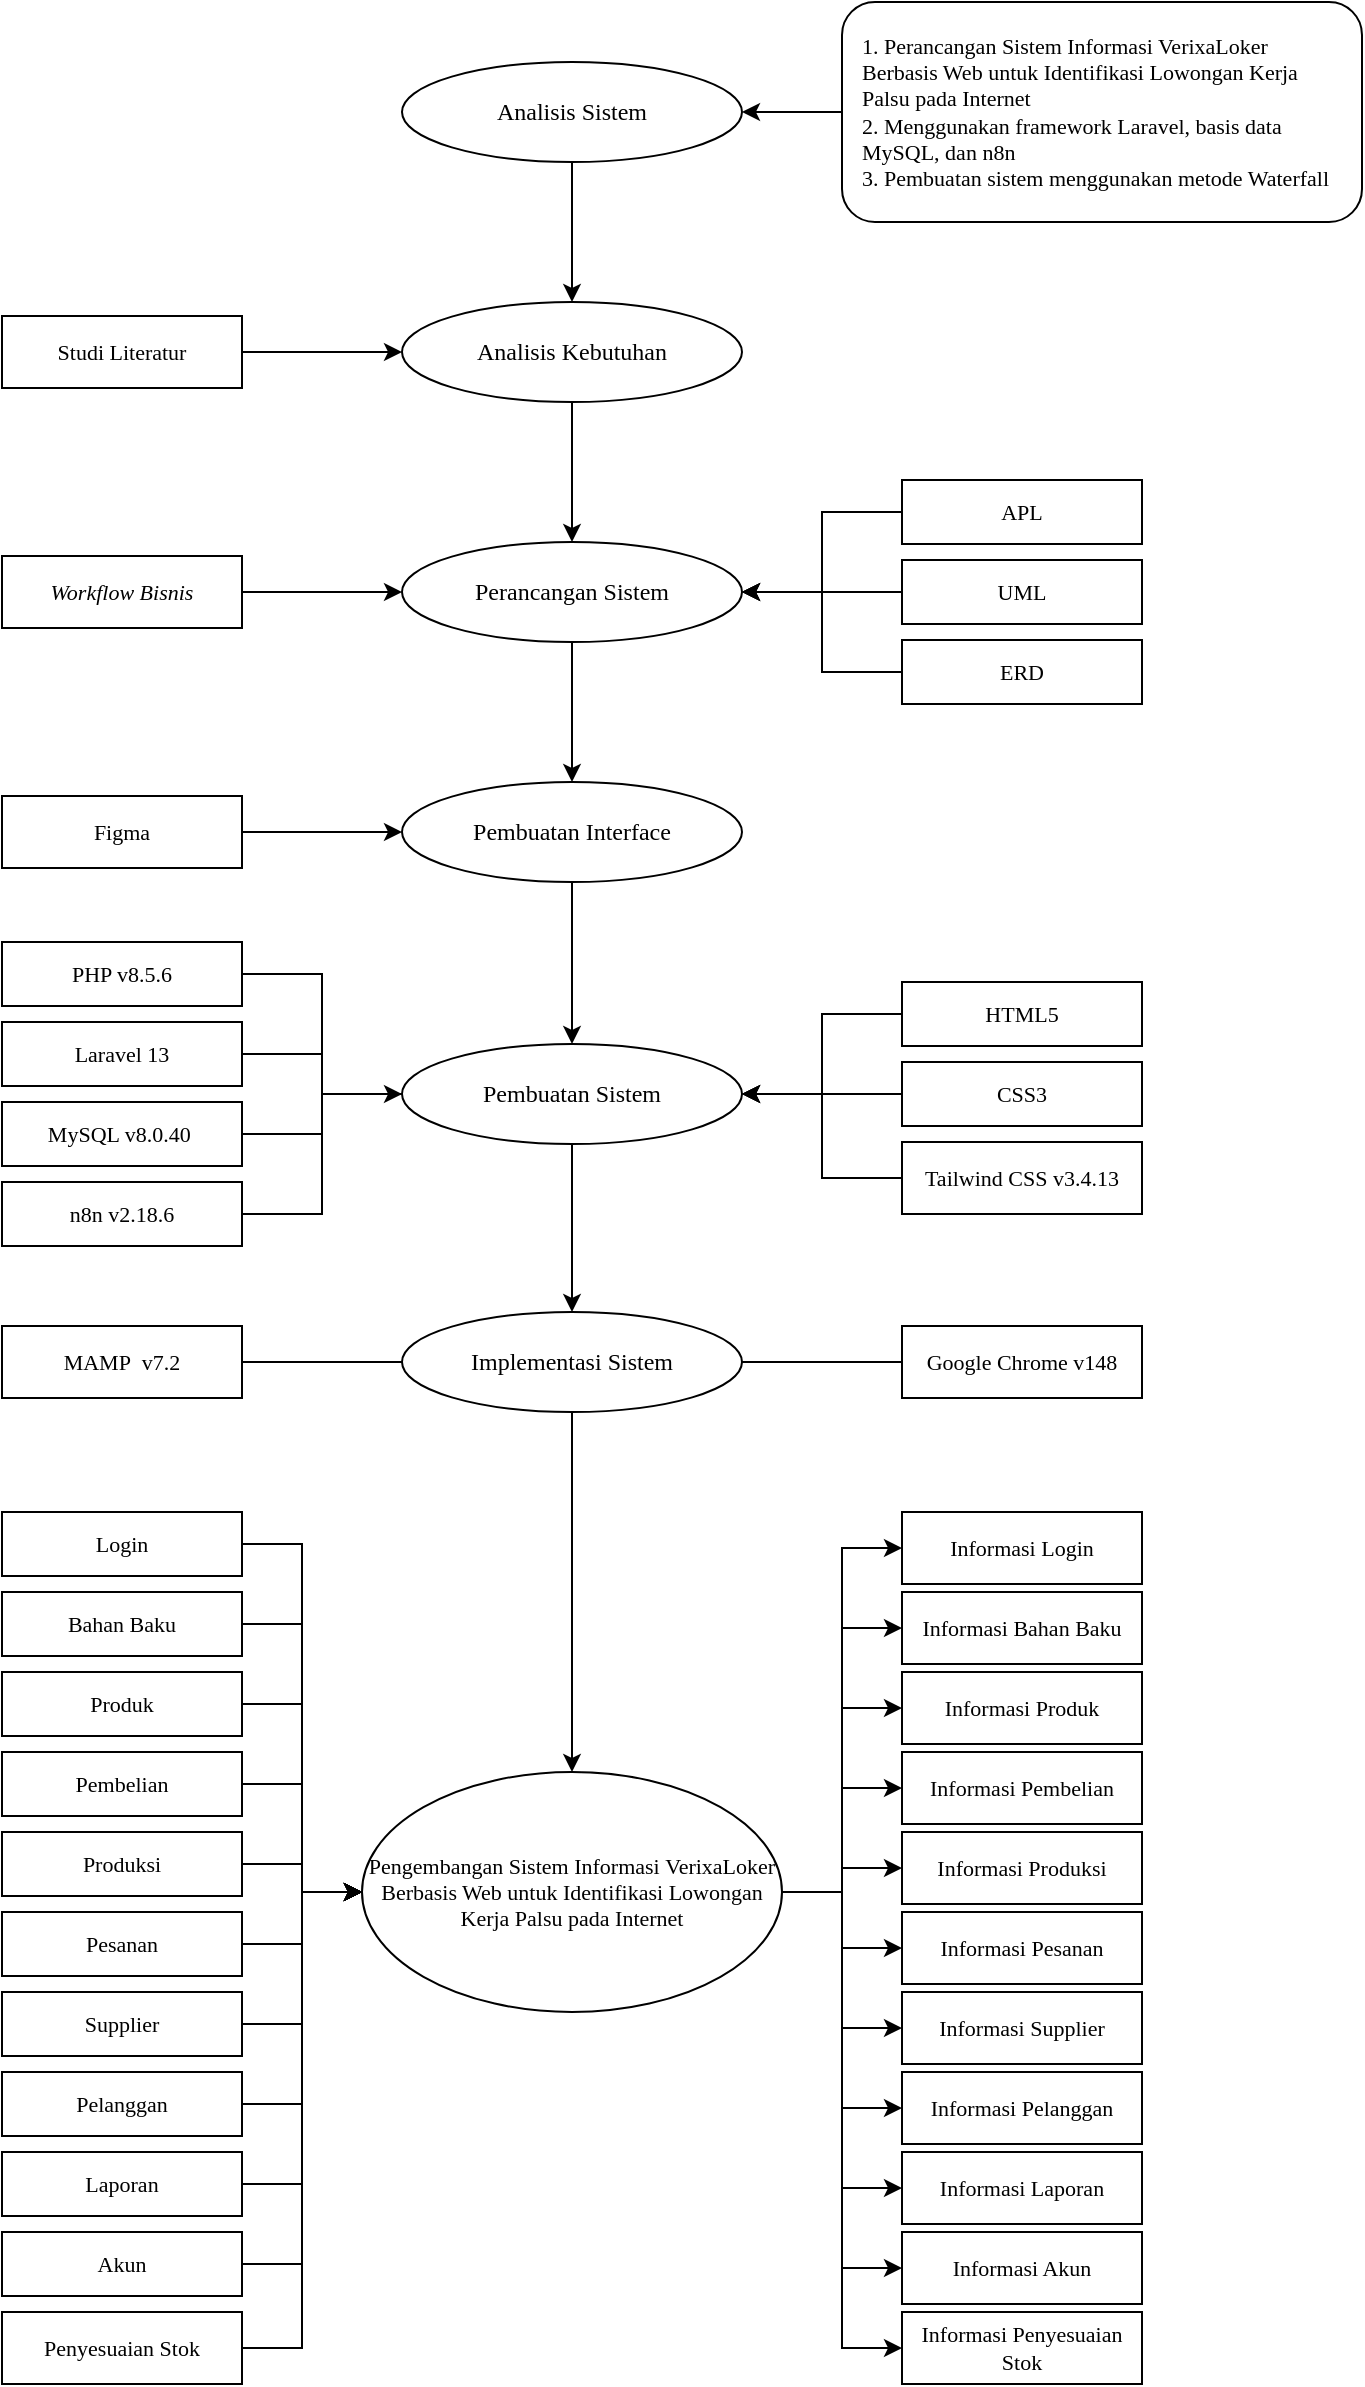
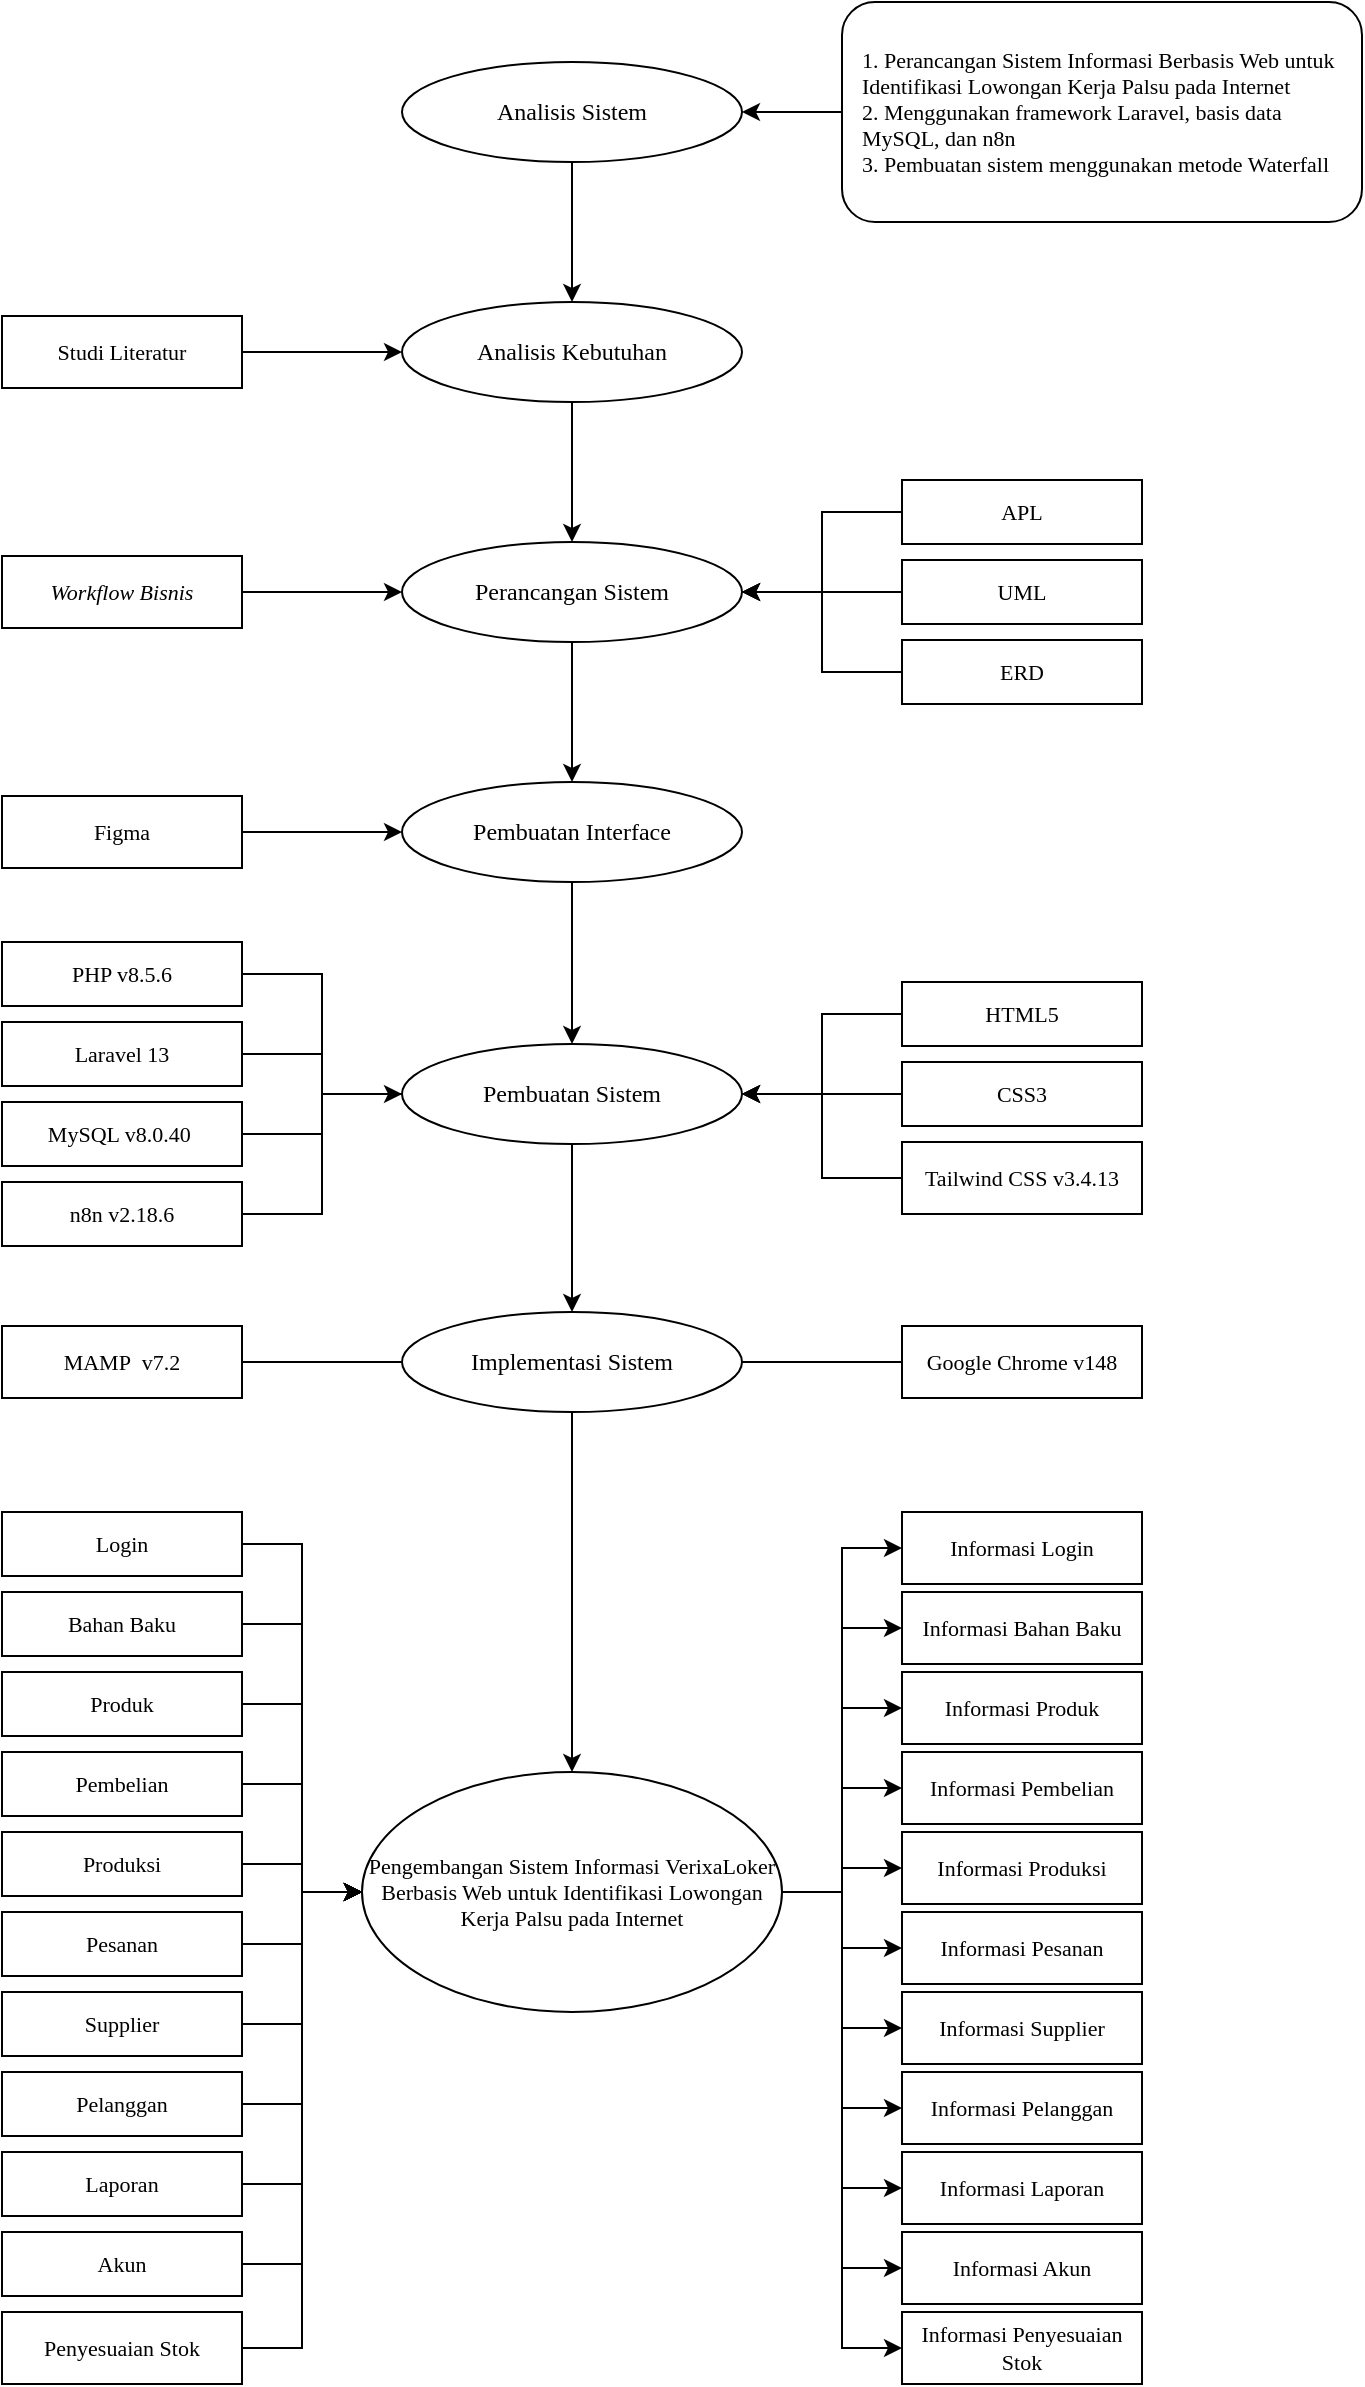
<mxfile host="app.diagrams.net">
  <diagram name="Page-1" id="yfmV3Sks-nrF4BvnnPUG">
    <mxGraphModel dx="876" dy="478" grid="1" gridSize="10" guides="1" tooltips="1" connect="1" arrows="1" fold="1" page="1" pageScale="1" pageWidth="827" pageHeight="1169" math="0" shadow="0">
      <root>
        <mxCell id="0" />
        <mxCell id="1" parent="0" />
        <mxCell id="fTyH0j3n_jQUCsVNDcWE-1" parent="1" style="ellipse;whiteSpace=wrap;html=1;fillColor=#ffffff;strokeColor=#000000;fontFamily=Times New Roman;fontSize=12;" value="Analisis Sistem" vertex="1">
          <mxGeometry height="50" width="170" x="580" y="110" as="geometry" />
        </mxCell>
        <mxCell id="fTyH0j3n_jQUCsVNDcWE-2" parent="1" style="ellipse;whiteSpace=wrap;html=1;fillColor=#ffffff;strokeColor=#000000;fontFamily=Times New Roman;fontSize=12;" value="Analisis Kebutuhan" vertex="1">
          <mxGeometry height="50" width="170" x="580" y="230" as="geometry" />
        </mxCell>
        <mxCell id="fTyH0j3n_jQUCsVNDcWE-3" parent="1" style="ellipse;whiteSpace=wrap;html=1;fillColor=#ffffff;strokeColor=#000000;fontFamily=Times New Roman;fontSize=12;" value="Perancangan Sistem" vertex="1">
          <mxGeometry height="50" width="170" x="580" y="350" as="geometry" />
        </mxCell>
        <mxCell id="fTyH0j3n_jQUCsVNDcWE-4" parent="1" style="ellipse;whiteSpace=wrap;html=1;fillColor=#ffffff;strokeColor=#000000;fontFamily=Times New Roman;fontSize=12;" value="Pembuatan Interface" vertex="1">
          <mxGeometry height="50" width="170" x="580" y="470" as="geometry" />
        </mxCell>
        <mxCell id="fTyH0j3n_jQUCsVNDcWE-5" parent="1" style="ellipse;whiteSpace=wrap;html=1;fillColor=#ffffff;strokeColor=#000000;fontFamily=Times New Roman;fontSize=12;" value="Pembuatan Sistem" vertex="1">
          <mxGeometry height="50" width="170" x="580" y="601" as="geometry" />
        </mxCell>
        <mxCell id="fTyH0j3n_jQUCsVNDcWE-6" parent="1" style="ellipse;whiteSpace=wrap;html=1;fillColor=#ffffff;strokeColor=#000000;fontFamily=Times New Roman;fontSize=12;" value="Implementasi Sistem" vertex="1">
          <mxGeometry height="50" width="170" x="580" y="735" as="geometry" />
        </mxCell>
        <mxCell id="fTyH0j3n_jQUCsVNDcWE-7" parent="1" style="ellipse;whiteSpace=wrap;html=1;fillColor=#ffffff;strokeColor=#000000;fontFamily=Times New Roman;fontSize=11;" value="Pengembangan Sistem Informasi&amp;nbsp;VerixaLoker Berbasis Web untuk Identifikasi Lowongan Kerja Palsu pada Internet" vertex="1">
          <mxGeometry height="120" width="210" x="560" y="965" as="geometry" />
        </mxCell>
        <mxCell id="fTyH0j3n_jQUCsVNDcWE-8" edge="1" parent="1" source="fTyH0j3n_jQUCsVNDcWE-1" style="endArrow=classic;html=1;rounded=0;exitX=0.5;exitY=1;entryX=0.5;entryY=0;" target="fTyH0j3n_jQUCsVNDcWE-2">
          <mxGeometry relative="1" as="geometry" />
        </mxCell>
        <mxCell id="fTyH0j3n_jQUCsVNDcWE-9" edge="1" parent="1" source="fTyH0j3n_jQUCsVNDcWE-2" style="endArrow=classic;html=1;rounded=0;exitX=0.5;exitY=1;entryX=0.5;entryY=0;" target="fTyH0j3n_jQUCsVNDcWE-3">
          <mxGeometry relative="1" as="geometry" />
        </mxCell>
        <mxCell id="fTyH0j3n_jQUCsVNDcWE-10" edge="1" parent="1" source="fTyH0j3n_jQUCsVNDcWE-3" style="endArrow=classic;html=1;rounded=0;exitX=0.5;exitY=1;entryX=0.5;entryY=0;" target="fTyH0j3n_jQUCsVNDcWE-4">
          <mxGeometry relative="1" as="geometry" />
        </mxCell>
        <mxCell id="fTyH0j3n_jQUCsVNDcWE-11" edge="1" parent="1" source="fTyH0j3n_jQUCsVNDcWE-4" style="endArrow=classic;html=1;rounded=0;exitX=0.5;exitY=1;entryX=0.5;entryY=0;" target="fTyH0j3n_jQUCsVNDcWE-5">
          <mxGeometry relative="1" as="geometry" />
        </mxCell>
        <mxCell id="fTyH0j3n_jQUCsVNDcWE-12" edge="1" parent="1" source="fTyH0j3n_jQUCsVNDcWE-5" style="endArrow=classic;html=1;rounded=0;exitX=0.5;exitY=1;entryX=0.5;entryY=0;" target="fTyH0j3n_jQUCsVNDcWE-6">
          <mxGeometry relative="1" as="geometry" />
        </mxCell>
        <mxCell id="fTyH0j3n_jQUCsVNDcWE-13" edge="1" parent="1" source="fTyH0j3n_jQUCsVNDcWE-6" style="endArrow=classic;html=1;rounded=0;exitX=0.5;exitY=1;entryX=0.5;entryY=0;" target="fTyH0j3n_jQUCsVNDcWE-7">
          <mxGeometry relative="1" as="geometry" />
        </mxCell>
-         <mxCell id="fTyH0j3n_jQUCsVNDcWE-14" parent="1" style="rounded=1;whiteSpace=wrap;html=1;fillColor=#ffffff;strokeColor=#000000;fontFamily=Times New Roman;fontSize=11;align=left;verticalAlign=middle;spacingLeft=8;spacingRight=8;" value="1. Perancangan Sistem Informasi VerixaLoker Berbasis Web untuk Identifikasi Lowongan Kerja Palsu pada Internet&lt;br&gt;2. Menggunakan framework Laravel, basis data MySQL, dan n8n&lt;br&gt;3. Pembuatan sistem menggunakan metode Waterfall" vertex="1">
+         <mxCell id="fTyH0j3n_jQUCsVNDcWE-14" parent="1" style="rounded=1;whiteSpace=wrap;html=1;fillColor=#ffffff;strokeColor=#000000;fontFamily=Times New Roman;fontSize=11;align=left;verticalAlign=middle;spacingLeft=8;spacingRight=8;" value="1. Perancangan Sistem Informasi Berbasis Web untuk Identifikasi Lowongan Kerja Palsu pada Internet&lt;br&gt;2. Menggunakan framework Laravel, basis data MySQL, dan n8n&lt;br&gt;3. Pembuatan sistem menggunakan metode Waterfall" vertex="1">
          <mxGeometry height="110" width="260" x="800" y="80" as="geometry" />
        </mxCell>
        <mxCell id="fTyH0j3n_jQUCsVNDcWE-15" edge="1" parent="1" source="fTyH0j3n_jQUCsVNDcWE-1" style="endArrow=none;html=1;rounded=0;exitX=1;exitY=0.5;entryX=0;entryY=0.5;startArrow=classic;startFill=1;" target="fTyH0j3n_jQUCsVNDcWE-14">
          <mxGeometry relative="1" as="geometry" />
        </mxCell>
        <mxCell id="fTyH0j3n_jQUCsVNDcWE-16" parent="1" style="rounded=0;whiteSpace=wrap;html=1;fillColor=#ffffff;strokeColor=#000000;fontFamily=Times New Roman;fontSize=11;" value="Studi Literatur" vertex="1">
          <mxGeometry height="36" width="120" x="380" y="237" as="geometry" />
        </mxCell>
        <mxCell id="fTyH0j3n_jQUCsVNDcWE-19" edge="1" parent="1" source="fTyH0j3n_jQUCsVNDcWE-16" style="endArrow=classic;html=1;exitX=1;exitY=0.5;entryX=0;entryY=0.5;endFill=1;" target="fTyH0j3n_jQUCsVNDcWE-2">
          <mxGeometry relative="1" as="geometry" />
        </mxCell>
        <mxCell id="fTyH0j3n_jQUCsVNDcWE-22" parent="1" style="rounded=0;whiteSpace=wrap;html=1;fillColor=#ffffff;strokeColor=#000000;fontFamily=Times New Roman;fontSize=11;fontStyle=2" value="Workflow Bisnis" vertex="1">
          <mxGeometry height="36" width="120" x="380" y="357" as="geometry" />
        </mxCell>
        <mxCell id="fTyH0j3n_jQUCsVNDcWE-23" parent="1" style="rounded=0;whiteSpace=wrap;html=1;fillColor=#ffffff;strokeColor=#000000;fontFamily=Times New Roman;fontSize=11;" value="APL" vertex="1">
          <mxGeometry height="32" width="120" x="830" y="319" as="geometry" />
        </mxCell>
        <mxCell id="fTyH0j3n_jQUCsVNDcWE-24" parent="1" style="rounded=0;whiteSpace=wrap;html=1;fillColor=#ffffff;strokeColor=#000000;fontFamily=Times New Roman;fontSize=11;" value="UML" vertex="1">
          <mxGeometry height="32" width="120" x="830" y="359" as="geometry" />
        </mxCell>
        <mxCell id="fTyH0j3n_jQUCsVNDcWE-25" parent="1" style="rounded=0;whiteSpace=wrap;html=1;fillColor=#ffffff;strokeColor=#000000;fontFamily=Times New Roman;fontSize=11;" value="ERD" vertex="1">
          <mxGeometry height="32" width="120" x="830" y="399" as="geometry" />
        </mxCell>
        <mxCell id="fTyH0j3n_jQUCsVNDcWE-26" edge="1" parent="1" source="fTyH0j3n_jQUCsVNDcWE-22" style="endArrow=classic;html=1;exitX=1;exitY=0.5;entryX=0;entryY=0.5;endFill=1;" target="fTyH0j3n_jQUCsVNDcWE-3">
          <mxGeometry relative="1" as="geometry" />
        </mxCell>
        <mxCell id="fTyH0j3n_jQUCsVNDcWE-27" edge="1" parent="1" source="fTyH0j3n_jQUCsVNDcWE-3" style="endArrow=none;html=1;exitX=1;exitY=0.5;entryX=0;entryY=0.5;startArrow=classic;startFill=1;edgeStyle=orthogonalEdgeStyle;rounded=0;curved=0;" target="fTyH0j3n_jQUCsVNDcWE-23">
          <mxGeometry relative="1" as="geometry" />
        </mxCell>
        <mxCell id="fTyH0j3n_jQUCsVNDcWE-28" edge="1" parent="1" source="fTyH0j3n_jQUCsVNDcWE-3" style="endArrow=none;html=1;exitX=1;exitY=0.5;entryX=0;entryY=0.5;startArrow=classic;startFill=1;edgeStyle=orthogonalEdgeStyle;rounded=0;curved=0;" target="fTyH0j3n_jQUCsVNDcWE-24">
          <mxGeometry relative="1" as="geometry" />
        </mxCell>
        <mxCell id="fTyH0j3n_jQUCsVNDcWE-29" edge="1" parent="1" source="fTyH0j3n_jQUCsVNDcWE-3" style="endArrow=none;html=1;exitX=1;exitY=0.5;entryX=0;entryY=0.5;startArrow=classic;startFill=1;edgeStyle=orthogonalEdgeStyle;rounded=0;curved=0;" target="fTyH0j3n_jQUCsVNDcWE-25">
          <mxGeometry relative="1" as="geometry" />
        </mxCell>
        <mxCell id="fTyH0j3n_jQUCsVNDcWE-30" parent="1" style="rounded=0;whiteSpace=wrap;html=1;fillColor=#ffffff;strokeColor=#000000;fontFamily=Times New Roman;fontSize=11;" value="Figma" vertex="1">
          <mxGeometry height="36" width="120" x="380" y="477" as="geometry" />
        </mxCell>
        <mxCell id="fTyH0j3n_jQUCsVNDcWE-31" edge="1" parent="1" source="fTyH0j3n_jQUCsVNDcWE-30" style="endArrow=classic;html=1;exitX=1;exitY=0.5;entryX=0;entryY=0.5;endFill=1;" target="fTyH0j3n_jQUCsVNDcWE-4">
          <mxGeometry relative="1" as="geometry" />
        </mxCell>
        <mxCell id="fTyH0j3n_jQUCsVNDcWE-32" parent="1" style="rounded=0;whiteSpace=wrap;html=1;fillColor=#ffffff;strokeColor=#000000;fontFamily=Times New Roman;fontSize=11;" value="PHP v8.5.6" vertex="1">
          <mxGeometry height="32" width="120" x="380" y="550" as="geometry" />
        </mxCell>
        <mxCell id="fTyH0j3n_jQUCsVNDcWE-33" parent="1" style="rounded=0;whiteSpace=wrap;html=1;fillColor=#ffffff;strokeColor=#000000;fontFamily=Times New Roman;fontSize=11;" value="Laravel 13" vertex="1">
          <mxGeometry height="32" width="120" x="380" y="590" as="geometry" />
        </mxCell>
        <mxCell id="fTyH0j3n_jQUCsVNDcWE-34" parent="1" style="rounded=0;whiteSpace=wrap;html=1;fillColor=#ffffff;strokeColor=#000000;fontFamily=Times New Roman;fontSize=11;" value="MySQL v8.0.40&amp;nbsp;" vertex="1">
          <mxGeometry height="32" width="120" x="380" y="630" as="geometry" />
        </mxCell>
        <mxCell id="fTyH0j3n_jQUCsVNDcWE-35" parent="1" style="rounded=0;whiteSpace=wrap;html=1;fillColor=#ffffff;strokeColor=#000000;fontFamily=Times New Roman;fontSize=11;" value="HTML5" vertex="1">
          <mxGeometry height="32" width="120" x="830" y="570" as="geometry" />
        </mxCell>
        <mxCell id="fTyH0j3n_jQUCsVNDcWE-36" parent="1" style="rounded=0;whiteSpace=wrap;html=1;fillColor=#ffffff;strokeColor=#000000;fontFamily=Times New Roman;fontSize=11;" value="CSS3" vertex="1">
          <mxGeometry height="32" width="120" x="830" y="610" as="geometry" />
        </mxCell>
        <mxCell id="fTyH0j3n_jQUCsVNDcWE-37" parent="1" style="rounded=0;whiteSpace=wrap;html=1;fillColor=#ffffff;strokeColor=#000000;fontFamily=Times New Roman;fontSize=11;" value="Tailwind CSS v3.4.13" vertex="1">
          <mxGeometry height="36" width="120" x="830" y="650" as="geometry" />
        </mxCell>
        <mxCell id="fTyH0j3n_jQUCsVNDcWE-38" edge="1" parent="1" source="fTyH0j3n_jQUCsVNDcWE-32" style="endArrow=none;html=1;exitX=1;exitY=0.5;entryX=0;entryY=0.5;edgeStyle=orthogonalEdgeStyle;rounded=0;curved=0;" target="fTyH0j3n_jQUCsVNDcWE-5">
          <mxGeometry relative="1" as="geometry" />
        </mxCell>
        <mxCell id="fTyH0j3n_jQUCsVNDcWE-39" edge="1" parent="1" source="fTyH0j3n_jQUCsVNDcWE-33" style="endArrow=none;html=1;exitX=1;exitY=0.5;entryX=0;entryY=0.5;edgeStyle=orthogonalEdgeStyle;rounded=0;curved=0;" target="fTyH0j3n_jQUCsVNDcWE-5">
          <mxGeometry relative="1" as="geometry" />
        </mxCell>
        <mxCell id="fTyH0j3n_jQUCsVNDcWE-40" edge="1" parent="1" source="fTyH0j3n_jQUCsVNDcWE-34" style="endArrow=none;html=1;exitX=1;exitY=0.5;entryX=0;entryY=0.5;edgeStyle=orthogonalEdgeStyle;rounded=0;curved=0;" target="fTyH0j3n_jQUCsVNDcWE-5">
          <mxGeometry relative="1" as="geometry" />
        </mxCell>
        <mxCell id="fTyH0j3n_jQUCsVNDcWE-41" edge="1" parent="1" source="fTyH0j3n_jQUCsVNDcWE-5" style="endArrow=none;html=1;exitX=1;exitY=0.5;entryX=0;entryY=0.5;edgeStyle=orthogonalEdgeStyle;rounded=0;curved=0;startArrow=classic;startFill=1;" target="fTyH0j3n_jQUCsVNDcWE-35">
          <mxGeometry relative="1" as="geometry" />
        </mxCell>
        <mxCell id="fTyH0j3n_jQUCsVNDcWE-42" edge="1" parent="1" source="fTyH0j3n_jQUCsVNDcWE-5" style="endArrow=none;html=1;exitX=1;exitY=0.5;entryX=0;entryY=0.5;edgeStyle=orthogonalEdgeStyle;rounded=0;curved=0;startArrow=classic;startFill=1;" target="fTyH0j3n_jQUCsVNDcWE-36">
          <mxGeometry relative="1" as="geometry" />
        </mxCell>
        <mxCell id="fTyH0j3n_jQUCsVNDcWE-43" edge="1" parent="1" source="fTyH0j3n_jQUCsVNDcWE-5" style="endArrow=none;html=1;exitX=1;exitY=0.5;entryX=0;entryY=0.5;edgeStyle=orthogonalEdgeStyle;rounded=0;curved=0;startArrow=classic;startFill=1;" target="fTyH0j3n_jQUCsVNDcWE-37">
          <mxGeometry relative="1" as="geometry" />
        </mxCell>
        <mxCell id="fTyH0j3n_jQUCsVNDcWE-44" parent="1" style="rounded=0;whiteSpace=wrap;html=1;fillColor=#ffffff;strokeColor=#000000;fontFamily=Times New Roman;fontSize=11;" value="MAMP&amp;nbsp; v7.2" vertex="1">
          <mxGeometry height="36" width="120" x="380" y="742" as="geometry" />
        </mxCell>
        <mxCell id="fTyH0j3n_jQUCsVNDcWE-45" parent="1" style="rounded=0;whiteSpace=wrap;html=1;fillColor=#ffffff;strokeColor=#000000;fontFamily=Times New Roman;fontSize=11;" value="Google Chrome v148" vertex="1">
          <mxGeometry height="36" width="120" x="830" y="742" as="geometry" />
        </mxCell>
        <mxCell id="fTyH0j3n_jQUCsVNDcWE-46" edge="1" parent="1" source="fTyH0j3n_jQUCsVNDcWE-44" style="endArrow=none;html=1;exitX=1;exitY=0.5;entryX=0;entryY=0.5;" target="fTyH0j3n_jQUCsVNDcWE-6">
          <mxGeometry relative="1" as="geometry" />
        </mxCell>
        <mxCell id="fTyH0j3n_jQUCsVNDcWE-47" edge="1" parent="1" source="fTyH0j3n_jQUCsVNDcWE-6" style="endArrow=none;html=1;exitX=1;exitY=0.5;entryX=0;entryY=0.5;" target="fTyH0j3n_jQUCsVNDcWE-45">
          <mxGeometry relative="1" as="geometry" />
        </mxCell>
        <mxCell id="fTyH0j3n_jQUCsVNDcWE-48" parent="1" style="rounded=0;whiteSpace=wrap;html=1;fillColor=#ffffff;strokeColor=#000000;fontFamily=Times New Roman;fontSize=11;" value="Login" vertex="1">
          <mxGeometry height="32" width="120" x="380" y="835" as="geometry" />
        </mxCell>
        <mxCell id="fTyH0j3n_jQUCsVNDcWE-49" parent="1" style="rounded=0;whiteSpace=wrap;html=1;fillColor=#ffffff;strokeColor=#000000;fontFamily=Times New Roman;fontSize=11;" value="Bahan Baku" vertex="1">
          <mxGeometry height="32" width="120" x="380" y="875" as="geometry" />
        </mxCell>
        <mxCell id="fTyH0j3n_jQUCsVNDcWE-50" parent="1" style="rounded=0;whiteSpace=wrap;html=1;fillColor=#ffffff;strokeColor=#000000;fontFamily=Times New Roman;fontSize=11;" value="Produk" vertex="1">
          <mxGeometry height="32" width="120" x="380" y="915" as="geometry" />
        </mxCell>
        <mxCell id="fTyH0j3n_jQUCsVNDcWE-51" parent="1" style="rounded=0;whiteSpace=wrap;html=1;fillColor=#ffffff;strokeColor=#000000;fontFamily=Times New Roman;fontSize=11;" value="Pembelian" vertex="1">
          <mxGeometry height="32" width="120" x="380" y="955" as="geometry" />
        </mxCell>
        <mxCell id="fTyH0j3n_jQUCsVNDcWE-52" parent="1" style="rounded=0;whiteSpace=wrap;html=1;fillColor=#ffffff;strokeColor=#000000;fontFamily=Times New Roman;fontSize=11;" value="Produksi" vertex="1">
          <mxGeometry height="32" width="120" x="380" y="995" as="geometry" />
        </mxCell>
        <mxCell id="fTyH0j3n_jQUCsVNDcWE-53" parent="1" style="rounded=0;whiteSpace=wrap;html=1;fillColor=#ffffff;strokeColor=#000000;fontFamily=Times New Roman;fontSize=11;" value="Pesanan" vertex="1">
          <mxGeometry height="32" width="120" x="380" y="1035" as="geometry" />
        </mxCell>
        <mxCell id="fTyH0j3n_jQUCsVNDcWE-54" parent="1" style="rounded=0;whiteSpace=wrap;html=1;fillColor=#ffffff;strokeColor=#000000;fontFamily=Times New Roman;fontSize=11;" value="Supplier" vertex="1">
          <mxGeometry height="32" width="120" x="380" y="1075" as="geometry" />
        </mxCell>
        <mxCell id="fTyH0j3n_jQUCsVNDcWE-55" parent="1" style="rounded=0;whiteSpace=wrap;html=1;fillColor=#ffffff;strokeColor=#000000;fontFamily=Times New Roman;fontSize=11;" value="Pelanggan" vertex="1">
          <mxGeometry height="32" width="120" x="380" y="1115" as="geometry" />
        </mxCell>
        <mxCell id="fTyH0j3n_jQUCsVNDcWE-56" parent="1" style="rounded=0;whiteSpace=wrap;html=1;fillColor=#ffffff;strokeColor=#000000;fontFamily=Times New Roman;fontSize=11;" value="Laporan" vertex="1">
          <mxGeometry height="32" width="120" x="380" y="1155" as="geometry" />
        </mxCell>
        <mxCell id="fTyH0j3n_jQUCsVNDcWE-57" parent="1" style="rounded=0;whiteSpace=wrap;html=1;fillColor=#ffffff;strokeColor=#000000;fontFamily=Times New Roman;fontSize=11;" value="Akun" vertex="1">
          <mxGeometry height="32" width="120" x="380" y="1195" as="geometry" />
        </mxCell>
        <mxCell id="fTyH0j3n_jQUCsVNDcWE-58" parent="1" style="rounded=0;whiteSpace=wrap;html=1;fillColor=#ffffff;strokeColor=#000000;fontFamily=Times New Roman;fontSize=11;" value="Penyesuaian Stok" vertex="1">
          <mxGeometry height="36" width="120" x="380" y="1235" as="geometry" />
        </mxCell>
        <mxCell id="fTyH0j3n_jQUCsVNDcWE-59" edge="1" parent="1" source="fTyH0j3n_jQUCsVNDcWE-48" style="endArrow=classic;html=1;exitX=1;exitY=0.5;entryX=0;entryY=0.5;edgeStyle=orthogonalEdgeStyle;rounded=0;curved=0;endFill=1;" target="fTyH0j3n_jQUCsVNDcWE-7">
          <mxGeometry relative="1" as="geometry" />
        </mxCell>
        <mxCell id="fTyH0j3n_jQUCsVNDcWE-60" edge="1" parent="1" source="fTyH0j3n_jQUCsVNDcWE-49" style="endArrow=classic;html=1;exitX=1;exitY=0.5;entryX=0;entryY=0.5;edgeStyle=orthogonalEdgeStyle;rounded=0;curved=0;endFill=1;" target="fTyH0j3n_jQUCsVNDcWE-7">
          <mxGeometry relative="1" as="geometry" />
        </mxCell>
        <mxCell id="fTyH0j3n_jQUCsVNDcWE-61" edge="1" parent="1" source="fTyH0j3n_jQUCsVNDcWE-50" style="endArrow=classic;html=1;exitX=1;exitY=0.5;entryX=0;entryY=0.5;edgeStyle=orthogonalEdgeStyle;rounded=0;curved=0;endFill=1;" target="fTyH0j3n_jQUCsVNDcWE-7">
          <mxGeometry relative="1" as="geometry" />
        </mxCell>
        <mxCell id="fTyH0j3n_jQUCsVNDcWE-62" edge="1" parent="1" source="fTyH0j3n_jQUCsVNDcWE-51" style="endArrow=none;html=1;exitX=1;exitY=0.5;entryX=0;entryY=0.5;edgeStyle=orthogonalEdgeStyle;rounded=0;curved=0;" target="fTyH0j3n_jQUCsVNDcWE-7">
          <mxGeometry relative="1" as="geometry" />
        </mxCell>
        <mxCell id="fTyH0j3n_jQUCsVNDcWE-63" edge="1" parent="1" source="fTyH0j3n_jQUCsVNDcWE-52" style="endArrow=classic;html=1;exitX=1;exitY=0.5;entryX=0;entryY=0.5;edgeStyle=orthogonalEdgeStyle;rounded=0;curved=0;endFill=1;" target="fTyH0j3n_jQUCsVNDcWE-7">
          <mxGeometry relative="1" as="geometry" />
        </mxCell>
        <mxCell id="fTyH0j3n_jQUCsVNDcWE-64" edge="1" parent="1" source="fTyH0j3n_jQUCsVNDcWE-53" style="endArrow=classic;html=1;exitX=1;exitY=0.5;entryX=0;entryY=0.5;edgeStyle=orthogonalEdgeStyle;rounded=0;curved=0;endFill=1;" target="fTyH0j3n_jQUCsVNDcWE-7">
          <mxGeometry relative="1" as="geometry" />
        </mxCell>
        <mxCell id="fTyH0j3n_jQUCsVNDcWE-65" edge="1" parent="1" source="fTyH0j3n_jQUCsVNDcWE-54" style="endArrow=classic;html=1;exitX=1;exitY=0.5;entryX=0;entryY=0.5;edgeStyle=orthogonalEdgeStyle;rounded=0;curved=0;endFill=1;" target="fTyH0j3n_jQUCsVNDcWE-7">
          <mxGeometry relative="1" as="geometry" />
        </mxCell>
        <mxCell id="fTyH0j3n_jQUCsVNDcWE-66" edge="1" parent="1" source="fTyH0j3n_jQUCsVNDcWE-55" style="endArrow=classic;html=1;exitX=1;exitY=0.5;entryX=0;entryY=0.5;edgeStyle=orthogonalEdgeStyle;rounded=0;curved=0;endFill=1;" target="fTyH0j3n_jQUCsVNDcWE-7">
          <mxGeometry relative="1" as="geometry" />
        </mxCell>
        <mxCell id="fTyH0j3n_jQUCsVNDcWE-67" edge="1" parent="1" source="fTyH0j3n_jQUCsVNDcWE-56" style="endArrow=classic;html=1;exitX=1;exitY=0.5;entryX=0;entryY=0.5;edgeStyle=orthogonalEdgeStyle;rounded=0;curved=0;endFill=1;" target="fTyH0j3n_jQUCsVNDcWE-7">
          <mxGeometry relative="1" as="geometry" />
        </mxCell>
        <mxCell id="fTyH0j3n_jQUCsVNDcWE-68" edge="1" parent="1" source="fTyH0j3n_jQUCsVNDcWE-57" style="endArrow=classic;html=1;exitX=1;exitY=0.5;entryX=0;entryY=0.5;edgeStyle=orthogonalEdgeStyle;rounded=0;curved=0;endFill=1;" target="fTyH0j3n_jQUCsVNDcWE-7">
          <mxGeometry relative="1" as="geometry" />
        </mxCell>
        <mxCell id="fTyH0j3n_jQUCsVNDcWE-69" edge="1" parent="1" source="fTyH0j3n_jQUCsVNDcWE-58" style="endArrow=classic;html=1;exitX=1;exitY=0.5;entryX=0;entryY=0.5;edgeStyle=orthogonalEdgeStyle;rounded=0;curved=0;endFill=1;" target="fTyH0j3n_jQUCsVNDcWE-7">
          <mxGeometry relative="1" as="geometry" />
        </mxCell>
        <mxCell id="fTyH0j3n_jQUCsVNDcWE-70" parent="1" style="rounded=0;whiteSpace=wrap;html=1;fillColor=#ffffff;strokeColor=#000000;fontFamily=Times New Roman;fontSize=11;" value="Informasi Login" vertex="1">
          <mxGeometry height="36" width="120" x="830" y="835" as="geometry" />
        </mxCell>
        <mxCell id="fTyH0j3n_jQUCsVNDcWE-71" parent="1" style="rounded=0;whiteSpace=wrap;html=1;fillColor=#ffffff;strokeColor=#000000;fontFamily=Times New Roman;fontSize=11;" value="Informasi Bahan Baku" vertex="1">
          <mxGeometry height="36" width="120" x="830" y="875" as="geometry" />
        </mxCell>
        <mxCell id="fTyH0j3n_jQUCsVNDcWE-72" parent="1" style="rounded=0;whiteSpace=wrap;html=1;fillColor=#ffffff;strokeColor=#000000;fontFamily=Times New Roman;fontSize=11;" value="Informasi Produk" vertex="1">
          <mxGeometry height="36" width="120" x="830" y="915" as="geometry" />
        </mxCell>
        <mxCell id="fTyH0j3n_jQUCsVNDcWE-73" parent="1" style="rounded=0;whiteSpace=wrap;html=1;fillColor=#ffffff;strokeColor=#000000;fontFamily=Times New Roman;fontSize=11;" value="Informasi Pembelian" vertex="1">
          <mxGeometry height="36" width="120" x="830" y="955" as="geometry" />
        </mxCell>
        <mxCell id="fTyH0j3n_jQUCsVNDcWE-74" parent="1" style="rounded=0;whiteSpace=wrap;html=1;fillColor=#ffffff;strokeColor=#000000;fontFamily=Times New Roman;fontSize=11;" value="Informasi Produksi" vertex="1">
          <mxGeometry height="36" width="120" x="830" y="995" as="geometry" />
        </mxCell>
        <mxCell id="fTyH0j3n_jQUCsVNDcWE-75" parent="1" style="rounded=0;whiteSpace=wrap;html=1;fillColor=#ffffff;strokeColor=#000000;fontFamily=Times New Roman;fontSize=11;" value="Informasi Pesanan" vertex="1">
          <mxGeometry height="36" width="120" x="830" y="1035" as="geometry" />
        </mxCell>
        <mxCell id="fTyH0j3n_jQUCsVNDcWE-76" parent="1" style="rounded=0;whiteSpace=wrap;html=1;fillColor=#ffffff;strokeColor=#000000;fontFamily=Times New Roman;fontSize=11;" value="Informasi Supplier" vertex="1">
          <mxGeometry height="36" width="120" x="830" y="1075" as="geometry" />
        </mxCell>
        <mxCell id="fTyH0j3n_jQUCsVNDcWE-77" parent="1" style="rounded=0;whiteSpace=wrap;html=1;fillColor=#ffffff;strokeColor=#000000;fontFamily=Times New Roman;fontSize=11;" value="Informasi Pelanggan" vertex="1">
          <mxGeometry height="36" width="120" x="830" y="1115" as="geometry" />
        </mxCell>
        <mxCell id="fTyH0j3n_jQUCsVNDcWE-78" parent="1" style="rounded=0;whiteSpace=wrap;html=1;fillColor=#ffffff;strokeColor=#000000;fontFamily=Times New Roman;fontSize=11;" value="Informasi Laporan" vertex="1">
          <mxGeometry height="36" width="120" x="830" y="1155" as="geometry" />
        </mxCell>
        <mxCell id="fTyH0j3n_jQUCsVNDcWE-79" parent="1" style="rounded=0;whiteSpace=wrap;html=1;fillColor=#ffffff;strokeColor=#000000;fontFamily=Times New Roman;fontSize=11;" value="Informasi Akun" vertex="1">
          <mxGeometry height="36" width="120" x="830" y="1195" as="geometry" />
        </mxCell>
        <mxCell id="fTyH0j3n_jQUCsVNDcWE-80" parent="1" style="rounded=0;whiteSpace=wrap;html=1;fillColor=#ffffff;strokeColor=#000000;fontFamily=Times New Roman;fontSize=11;" value="Informasi Penyesuaian Stok" vertex="1">
          <mxGeometry height="36" width="120" x="830" y="1235" as="geometry" />
        </mxCell>
        <mxCell id="fTyH0j3n_jQUCsVNDcWE-81" edge="1" parent="1" source="fTyH0j3n_jQUCsVNDcWE-7" style="endArrow=classic;html=1;exitX=1;exitY=0.5;entryX=0;entryY=0.5;rounded=0;edgeStyle=orthogonalEdgeStyle;endFill=1;" target="fTyH0j3n_jQUCsVNDcWE-70">
          <mxGeometry relative="1" as="geometry" />
        </mxCell>
        <mxCell id="fTyH0j3n_jQUCsVNDcWE-82" edge="1" parent="1" source="fTyH0j3n_jQUCsVNDcWE-7" style="endArrow=classic;html=1;exitX=1;exitY=0.5;entryX=0;entryY=0.5;rounded=0;edgeStyle=orthogonalEdgeStyle;endFill=1;" target="fTyH0j3n_jQUCsVNDcWE-71">
          <mxGeometry relative="1" as="geometry" />
        </mxCell>
        <mxCell id="fTyH0j3n_jQUCsVNDcWE-83" edge="1" parent="1" source="fTyH0j3n_jQUCsVNDcWE-7" style="endArrow=classic;html=1;exitX=1;exitY=0.5;entryX=0;entryY=0.5;rounded=0;edgeStyle=orthogonalEdgeStyle;endFill=1;" target="fTyH0j3n_jQUCsVNDcWE-72">
          <mxGeometry relative="1" as="geometry" />
        </mxCell>
        <mxCell id="fTyH0j3n_jQUCsVNDcWE-84" edge="1" parent="1" source="fTyH0j3n_jQUCsVNDcWE-7" style="endArrow=classic;html=1;exitX=1;exitY=0.5;entryX=0;entryY=0.5;rounded=0;edgeStyle=orthogonalEdgeStyle;endFill=1;" target="fTyH0j3n_jQUCsVNDcWE-73">
          <mxGeometry relative="1" as="geometry" />
        </mxCell>
        <mxCell id="fTyH0j3n_jQUCsVNDcWE-85" edge="1" parent="1" source="fTyH0j3n_jQUCsVNDcWE-7" style="endArrow=classic;html=1;exitX=1;exitY=0.5;entryX=0;entryY=0.5;rounded=0;edgeStyle=orthogonalEdgeStyle;endFill=1;" target="fTyH0j3n_jQUCsVNDcWE-74">
          <mxGeometry relative="1" as="geometry" />
        </mxCell>
        <mxCell id="fTyH0j3n_jQUCsVNDcWE-86" edge="1" parent="1" source="fTyH0j3n_jQUCsVNDcWE-7" style="endArrow=classic;html=1;exitX=1;exitY=0.5;entryX=0;entryY=0.5;rounded=0;edgeStyle=orthogonalEdgeStyle;endFill=1;" target="fTyH0j3n_jQUCsVNDcWE-75">
          <mxGeometry relative="1" as="geometry" />
        </mxCell>
        <mxCell id="fTyH0j3n_jQUCsVNDcWE-87" edge="1" parent="1" source="fTyH0j3n_jQUCsVNDcWE-7" style="endArrow=classic;html=1;exitX=1;exitY=0.5;entryX=0;entryY=0.5;rounded=0;edgeStyle=orthogonalEdgeStyle;endFill=1;" target="fTyH0j3n_jQUCsVNDcWE-76">
          <mxGeometry relative="1" as="geometry" />
        </mxCell>
        <mxCell id="fTyH0j3n_jQUCsVNDcWE-88" edge="1" parent="1" source="fTyH0j3n_jQUCsVNDcWE-7" style="endArrow=classic;html=1;exitX=1;exitY=0.5;entryX=0;entryY=0.5;rounded=0;edgeStyle=orthogonalEdgeStyle;endFill=1;" target="fTyH0j3n_jQUCsVNDcWE-77">
          <mxGeometry relative="1" as="geometry" />
        </mxCell>
        <mxCell id="fTyH0j3n_jQUCsVNDcWE-89" edge="1" parent="1" source="fTyH0j3n_jQUCsVNDcWE-7" style="endArrow=classic;html=1;exitX=1;exitY=0.5;entryX=0;entryY=0.5;rounded=0;edgeStyle=orthogonalEdgeStyle;endFill=1;" target="fTyH0j3n_jQUCsVNDcWE-78">
          <mxGeometry relative="1" as="geometry" />
        </mxCell>
        <mxCell id="fTyH0j3n_jQUCsVNDcWE-90" edge="1" parent="1" source="fTyH0j3n_jQUCsVNDcWE-7" style="endArrow=classic;html=1;exitX=1;exitY=0.5;entryX=0;entryY=0.5;rounded=0;edgeStyle=orthogonalEdgeStyle;endFill=1;" target="fTyH0j3n_jQUCsVNDcWE-79">
          <mxGeometry relative="1" as="geometry" />
        </mxCell>
        <mxCell id="fTyH0j3n_jQUCsVNDcWE-91" edge="1" parent="1" source="fTyH0j3n_jQUCsVNDcWE-7" style="endArrow=classic;html=1;exitX=1;exitY=0.5;entryX=0;entryY=0.5;rounded=0;edgeStyle=orthogonalEdgeStyle;endFill=1;" target="fTyH0j3n_jQUCsVNDcWE-80">
          <mxGeometry relative="1" as="geometry" />
        </mxCell>
        <mxCell id="N9CpWy_333Ilmsceh_oc-2" edge="1" parent="1" source="N9CpWy_333Ilmsceh_oc-1" style="edgeStyle=orthogonalEdgeStyle;rounded=0;orthogonalLoop=1;jettySize=auto;html=1;exitX=1;exitY=0.5;exitDx=0;exitDy=0;entryX=0;entryY=0.5;entryDx=0;entryDy=0;" target="fTyH0j3n_jQUCsVNDcWE-5">
          <mxGeometry relative="1" as="geometry" />
        </mxCell>
        <mxCell id="N9CpWy_333Ilmsceh_oc-1" parent="1" style="rounded=0;whiteSpace=wrap;html=1;fillColor=#ffffff;strokeColor=#000000;fontFamily=Times New Roman;fontSize=11;" value="n8n v2.18.6" vertex="1">
          <mxGeometry height="32" width="120" x="380" y="670" as="geometry" />
        </mxCell>
      </root>
    </mxGraphModel>
  </diagram>
</mxfile>
